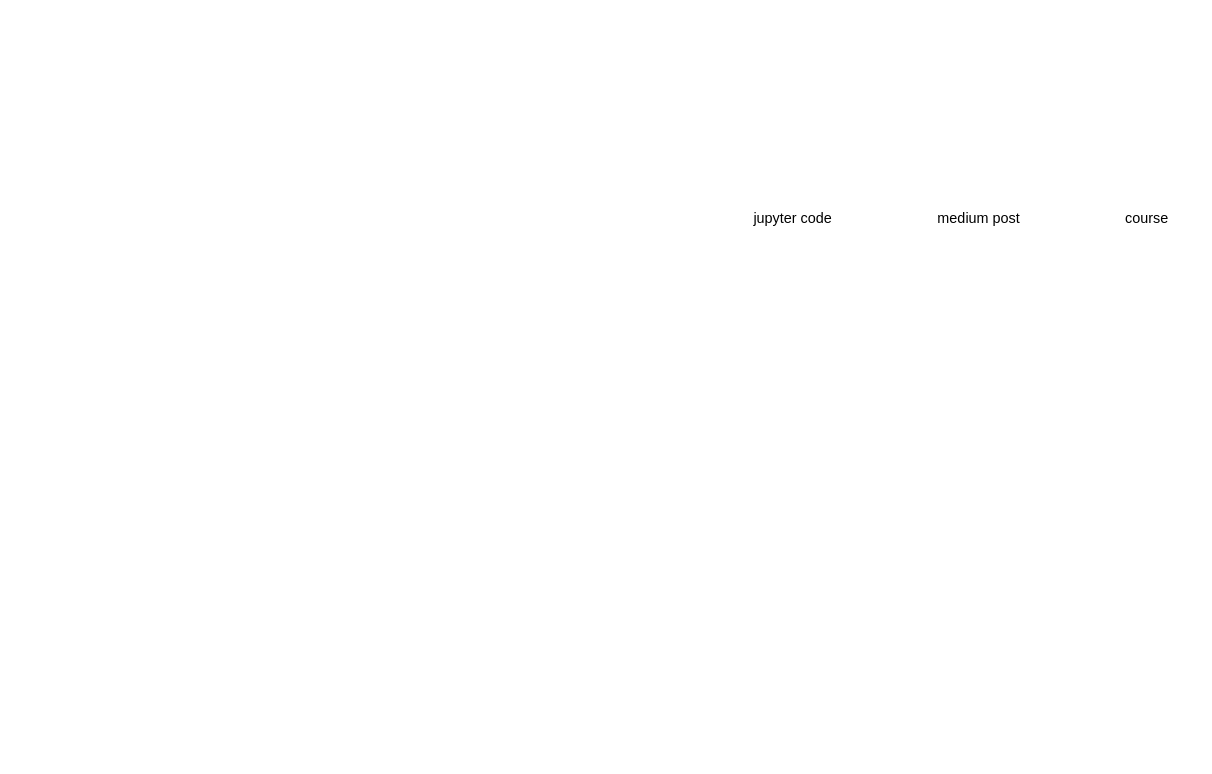
This is images/work_flow.drawio from tanpv/pandas_tutorial, a draw.io file, before an edit. Source tidied: cells renumbered, new cells numbered last; positions are measured from the earlier drawing's top-left corner, leaving out a move shared by most shapes. Both pictures are drawn from the tidied source at 120%, with x=0, y=0 at pixel (748, 188).
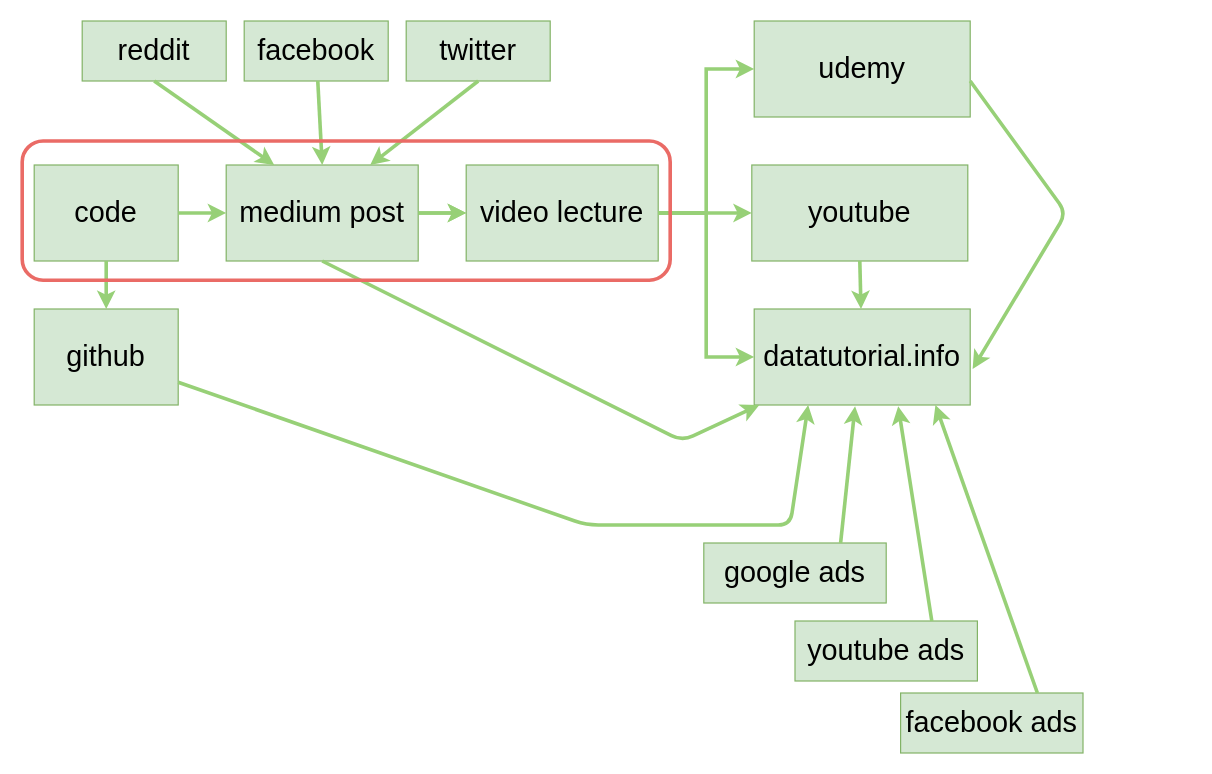
The same diagram, later.

What changed in the source:
```diff
@@
-    <mxCell id="2" value="jupyter code" style="text;html=1;strokeColor=none;fillColor=none;align=center;verticalAlign=middle;whiteSpace=wrap;rounded=0;" parent="1" vertex="1">
-      <mxGeometry width="75" height="50" as="geometry" />
+    <mxCell id="2" value="&lt;font style=&quot;font-size: 24px&quot;&gt;code&lt;/font&gt;" style="text;html=1;strokeColor=#82b366;fillColor=#d5e8d4;align=center;verticalAlign=middle;whiteSpace=wrap;rounded=0;" parent="1" vertex="1">
+      <mxGeometry x="-595" y="-20" width="120" height="80" as="geometry" />
     </mxCell>
+    <mxCell id="5" style="edgeStyle=orthogonalEdgeStyle;rounded=0;jettySize=auto;html=1;strokeColor=#97D077;strokeWidth=3;fontColor=#000000;" parent="1" edge="1" source="3" target="7">
+      <mxGeometry relative="1" as="geometry" />
+    </mxCell>
-    <mxCell id="3" value="medium post" style="text;html=1;strokeColor=none;fillColor=none;align=center;verticalAlign=middle;whiteSpace=wrap;rounded=0;" parent="1" vertex="1">
-      <mxGeometry x="155" width="75" height="50" as="geometry" />
+    <mxCell id="3" value="&lt;font style=&quot;font-size: 24px&quot;&gt;medium post&lt;/font&gt;" style="text;html=1;strokeColor=#82b366;fillColor=#d5e8d4;align=center;verticalAlign=middle;whiteSpace=wrap;rounded=0;" parent="1" vertex="1">
+      <mxGeometry x="-435" y="-20" width="160" height="80" as="geometry" />
     </mxCell>
-    <mxCell id="4" value="course&lt;br&gt;" style="text;html=1;strokeColor=none;fillColor=none;align=center;verticalAlign=middle;whiteSpace=wrap;rounded=0;" parent="1" vertex="1">
-      <mxGeometry x="295" width="75" height="50" as="geometry" />
-    </mxCell>
+    <mxCell id="6" style="endArrow=classic;html=1;strokeColor=#97D077;strokeWidth=3;fontColor=#000000;exitX=1;exitY=0.5;exitDx=0;exitDy=0;" parent="1" edge="1" source="2" target="3">
+      <mxGeometry relative="1" as="geometry" />
+    </mxCell>
+    <mxCell id="7" value="&lt;span style=&quot;font-size: 24px&quot;&gt;video lecture&lt;/span&gt;" style="text;html=1;strokeColor=#82b366;fillColor=#d5e8d4;align=center;verticalAlign=middle;whiteSpace=wrap;rounded=0;" parent="1" vertex="1">
+      <mxGeometry x="-235" y="-20" width="160" height="80" as="geometry" />
+    </mxCell>
+    <mxCell id="8" style="endArrow=classic;html=1;strokeColor=#97D077;strokeWidth=3;fontColor=#000000;exitX=1;exitY=0.5;exitDx=0;exitDy=0;" parent="1" edge="1">
+      <mxGeometry relative="1" as="geometry">
+        <mxPoint x="-275" y="20" as="sourcePoint" />
+        <mxPoint x="-235" y="20" as="targetPoint" />
+      </mxGeometry>
+    </mxCell>
+    <mxCell id="9" value="&lt;span style=&quot;font-size: 24px&quot;&gt;youtube&lt;/span&gt;" style="text;html=1;strokeColor=#82b366;fillColor=#d5e8d4;align=center;verticalAlign=middle;whiteSpace=wrap;rounded=0;" parent="1" vertex="1">
+      <mxGeometry x="3" y="-20" width="180" height="80" as="geometry" />
+    </mxCell>
+    <mxCell id="10" value="&lt;span style=&quot;font-size: 24px&quot;&gt;udemy&lt;/span&gt;" style="text;html=1;strokeColor=#82b366;fillColor=#d5e8d4;align=center;verticalAlign=middle;whiteSpace=wrap;rounded=0;" parent="1" vertex="1">
+      <mxGeometry x="5" y="-140" width="180" height="80" as="geometry" />
+    </mxCell>
+    <mxCell id="11" value="&lt;span style=&quot;font-size: 24px&quot;&gt;datatutorial.info&lt;/span&gt;" style="text;html=1;strokeColor=#82b366;fillColor=#d5e8d4;align=center;verticalAlign=middle;whiteSpace=wrap;rounded=0;" parent="1" vertex="1">
+      <mxGeometry x="5" y="100" width="180" height="80" as="geometry" />
+    </mxCell>
+    <mxCell id="12" style="edgeStyle=orthogonalEdgeStyle;rounded=0;jettySize=auto;html=1;strokeColor=#97D077;strokeWidth=3;fontColor=#000000;entryX=0;entryY=0.5;entryDx=0;entryDy=0;" parent="1" edge="1" source="7" target="10">
+      <mxGeometry relative="1" as="geometry" />
+    </mxCell>
+    <mxCell id="13" style="endArrow=classic;html=1;strokeColor=#97D077;strokeWidth=3;fontColor=#000000;entryX=0;entryY=0.5;entryDx=0;entryDy=0;" parent="1" edge="1" target="9">
+      <mxGeometry relative="1" as="geometry">
+        <mxPoint x="-75" y="20" as="sourcePoint" />
+      </mxGeometry>
+    </mxCell>
+    <mxCell id="14" style="edgeStyle=orthogonalEdgeStyle;rounded=0;jettySize=auto;html=1;strokeColor=#97D077;strokeWidth=3;fontColor=#000000;exitX=1;exitY=0.5;exitDx=0;exitDy=0;entryX=0;entryY=0.5;entryDx=0;entryDy=0;" parent="1" edge="1" source="7" target="11">
+      <mxGeometry relative="1" as="geometry" />
+    </mxCell>
+    <mxCell id="15" style="endArrow=classic;html=1;strokeColor=#97D077;strokeWidth=3;fontColor=#000000;exitX=0.5;exitY=1;exitDx=0;exitDy=0;" parent="1" edge="1" source="3" target="11">
+      <mxGeometry relative="1" as="geometry">
+        <Array as="points">
+          <mxPoint x="-55" y="210" />
+        </Array>
+      </mxGeometry>
+    </mxCell>
+    <mxCell id="16" value="&lt;font style=&quot;font-size: 24px&quot;&gt;github&lt;/font&gt;" style="text;html=1;strokeColor=#82b366;fillColor=#d5e8d4;align=center;verticalAlign=middle;whiteSpace=wrap;rounded=0;" parent="1" vertex="1">
+      <mxGeometry x="-595" y="100" width="120" height="80" as="geometry" />
+    </mxCell>
+    <mxCell id="17" style="endArrow=classic;html=1;strokeColor=#97D077;strokeWidth=3;fontColor=#000000;exitX=0.5;exitY=1;exitDx=0;exitDy=0;entryX=0.5;entryY=0;entryDx=0;entryDy=0;" parent="1" edge="1" source="2" target="16">
+      <mxGeometry relative="1" as="geometry" />
+    </mxCell>
+    <mxCell id="18" style="endArrow=classic;html=1;strokeColor=#97D077;strokeWidth=3;fontColor=#000000;entryX=0.25;entryY=1;entryDx=0;entryDy=0;" parent="1" edge="1" source="16" target="11">
+      <mxGeometry relative="1" as="geometry">
+        <Array as="points">
+          <mxPoint x="-135" y="280" />
+          <mxPoint x="35" y="280" />
+        </Array>
+      </mxGeometry>
+    </mxCell>
+    <mxCell id="19" value="&lt;font style=&quot;font-size: 24px&quot;&gt;reddit&lt;/font&gt;" style="text;html=1;strokeColor=#82b366;fillColor=#d5e8d4;align=center;verticalAlign=middle;whiteSpace=wrap;rounded=0;" parent="1" vertex="1">
+      <mxGeometry x="-555" y="-140" width="120" height="50" as="geometry" />
+    </mxCell>
+    <mxCell id="20" value="&lt;font style=&quot;font-size: 24px&quot;&gt;facebook&lt;/font&gt;" style="text;html=1;strokeColor=#82b366;fillColor=#d5e8d4;align=center;verticalAlign=middle;whiteSpace=wrap;rounded=0;" parent="1" vertex="1">
+      <mxGeometry x="-420" y="-140" width="120" height="50" as="geometry" />
+    </mxCell>
+    <mxCell id="21" value="&lt;font style=&quot;font-size: 24px&quot;&gt;twitter&lt;/font&gt;" style="text;html=1;strokeColor=#82b366;fillColor=#d5e8d4;align=center;verticalAlign=middle;whiteSpace=wrap;rounded=0;" parent="1" vertex="1">
+      <mxGeometry x="-285" y="-140" width="120" height="50" as="geometry" />
+    </mxCell>
+    <mxCell id="22" style="endArrow=classic;html=1;strokeColor=#97D077;strokeWidth=3;fontColor=#000000;exitX=0.5;exitY=1;exitDx=0;exitDy=0;entryX=0.25;entryY=0;entryDx=0;entryDy=0;" parent="1" edge="1" source="19" target="3">
+      <mxGeometry relative="1" as="geometry" />
+    </mxCell>
+    <mxCell id="23" style="endArrow=classic;html=1;strokeColor=#97D077;strokeWidth=3;fontColor=#000000;entryX=0.5;entryY=0;entryDx=0;entryDy=0;" parent="1" edge="1" source="20" target="3">
+      <mxGeometry relative="1" as="geometry" />
+    </mxCell>
+    <mxCell id="24" style="endArrow=classic;html=1;strokeColor=#97D077;strokeWidth=3;fontColor=#000000;entryX=0.75;entryY=0;entryDx=0;entryDy=0;exitX=0.5;exitY=1;exitDx=0;exitDy=0;" parent="1" edge="1" source="21" target="3">
+      <mxGeometry relative="1" as="geometry" />
+    </mxCell>
+    <mxCell id="25" style="endArrow=classic;html=1;strokeColor=#97D077;strokeWidth=3;fontColor=#000000;exitX=1;exitY=0.625;exitDx=0;exitDy=0;exitPerimeter=0;" parent="1" edge="1" source="10">
+      <mxGeometry relative="1" as="geometry">
+        <mxPoint x="187" y="150" as="targetPoint" />
+        <Array as="points">
+          <mxPoint x="265" y="20" />
+        </Array>
+      </mxGeometry>
+    </mxCell>
+    <mxCell id="26" style="endArrow=classic;html=1;strokeColor=#97D077;strokeWidth=3;fontColor=#000000;exitX=0.5;exitY=1;exitDx=0;exitDy=0;" parent="1" edge="1" source="9" target="11">
+      <mxGeometry relative="1" as="geometry" />
+    </mxCell>
+    <mxCell id="27" value="&lt;span style=&quot;font-size: 24px&quot;&gt;google ads&lt;/span&gt;" style="text;html=1;strokeColor=#82b366;fillColor=#d5e8d4;align=center;verticalAlign=middle;whiteSpace=wrap;rounded=0;" parent="1" vertex="1">
+      <mxGeometry x="-37" y="295" width="152" height="50" as="geometry" />
+    </mxCell>
+    <mxCell id="28" value="&lt;span style=&quot;font-size: 24px&quot;&gt;youtube ads&lt;/span&gt;" style="text;html=1;strokeColor=#82b366;fillColor=#d5e8d4;align=center;verticalAlign=middle;whiteSpace=wrap;rounded=0;" parent="1" vertex="1">
+      <mxGeometry x="39" y="360" width="152" height="50" as="geometry" />
+    </mxCell>
+    <mxCell id="29" value="&lt;span style=&quot;font-size: 24px&quot;&gt;facebook ads&lt;/span&gt;" style="text;html=1;strokeColor=#82b366;fillColor=#d5e8d4;align=center;verticalAlign=middle;whiteSpace=wrap;rounded=0;" parent="1" vertex="1">
+      <mxGeometry x="127" y="420" width="152" height="50" as="geometry" />
+    </mxCell>
+    <mxCell id="30" style="endArrow=classic;html=1;strokeColor=#97D077;strokeWidth=3;fontColor=#000000;entryX=0.467;entryY=1.013;entryDx=0;entryDy=0;entryPerimeter=0;exitX=0.75;exitY=0;exitDx=0;exitDy=0;" parent="1" edge="1" source="27" target="11">
+      <mxGeometry relative="1" as="geometry" />
+    </mxCell>
+    <mxCell id="31" style="endArrow=classic;html=1;strokeColor=#97D077;strokeWidth=3;fontColor=#000000;exitX=0.75;exitY=0;exitDx=0;exitDy=0;" parent="1" edge="1" source="28">
+      <mxGeometry relative="1" as="geometry">
+        <mxPoint x="125" y="181" as="targetPoint" />
+      </mxGeometry>
+    </mxCell>
+    <mxCell id="32" style="endArrow=classic;html=1;strokeColor=#97D077;strokeWidth=3;fontColor=#000000;entryX=0.839;entryY=1;entryDx=0;entryDy=0;entryPerimeter=0;exitX=0.75;exitY=0;exitDx=0;exitDy=0;" parent="1" edge="1" source="29" target="11">
+      <mxGeometry relative="1" as="geometry" />
+    </mxCell>
+    <mxCell id="33" style="rounded=1;whiteSpace=wrap;html=1;strokeWidth=3;fillColor=none;strokeColor=#EA6B66;" parent="1" vertex="1">
+      <mxGeometry x="-605" y="-40" width="540" height="116" as="geometry" />
+    </mxCell>
```
